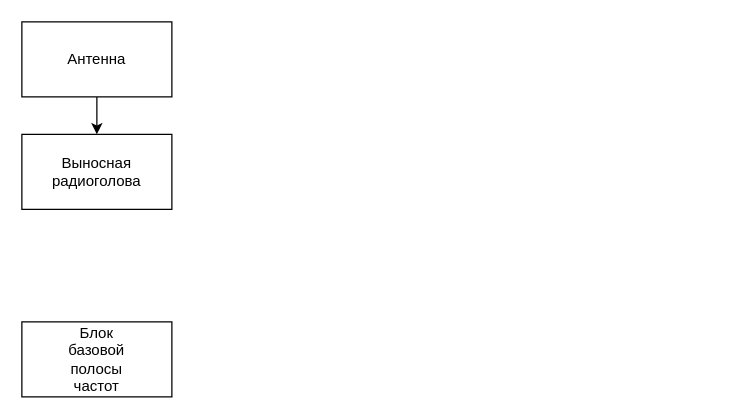
Before: Диаграмма без названия.drawio in vikastatsenko/drawio, a draw.io diagram. Source tidied: cells renumbered, new cells numbered last; positions are measured from the earlier drawing's top-left corner, leaving out a move shared by most shapes. Both pictures are drawn from the tidied source at 125%, with x=0, y=0 at pixel (21, 21).
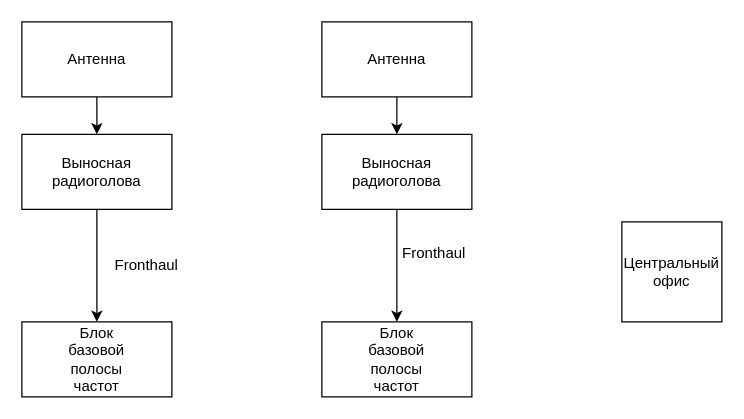
After the change.

Unchanged cells that the change refers to:
```xml
<mxCell id="5" style="rounded=0;whiteSpace=wrap;html=1;" parent="1" vertex="1">
  <mxGeometry y="90" width="120" height="60" as="geometry" />
</mxCell>
<mxCell id="7" style="rounded=0;whiteSpace=wrap;html=1;" parent="1" vertex="1">
  <mxGeometry y="240" width="120" height="60" as="geometry" />
</mxCell>
```

What changed in the source:
```diff
@@
+    <mxCell id="9" style="edgeStyle=orthogonalEdgeStyle;rounded=0;jettySize=auto;html=1;exitX=0.5;exitY=1;exitDx=0;exitDy=0;entryX=0.5;entryY=0;entryDx=0;entryDy=0;" parent="1" edge="1" source="5" target="7">
+      <mxGeometry relative="1" as="geometry" />
+    </mxCell>
@@
+    <mxCell id="10" style="edgeStyle=orthogonalEdgeStyle;rounded=0;jettySize=auto;html=1;exitX=0.5;exitY=1;exitDx=0;exitDy=0;entryX=0.5;entryY=0;entryDx=0;entryDy=0;" parent="1" edge="1" source="11" target="14">
+      <mxGeometry relative="1" as="geometry" />
+    </mxCell>
+    <mxCell id="11" style="rounded=0;whiteSpace=wrap;html=1;" parent="1" vertex="1">
+      <mxGeometry x="240" width="120" height="60" as="geometry" />
+    </mxCell>
+    <mxCell id="12" value="Антенна" style="text;html=1;align=center;verticalAlign=middle;whiteSpace=wrap;rounded=0;" parent="1" vertex="1">
+      <mxGeometry x="270" y="15" width="60" height="30" as="geometry" />
+    </mxCell>
+    <mxCell id="13" style="edgeStyle=orthogonalEdgeStyle;rounded=0;jettySize=auto;html=1;exitX=0.5;exitY=1;exitDx=0;exitDy=0;entryX=0.5;entryY=0;entryDx=0;entryDy=0;" parent="1" edge="1" source="14" target="16">
+      <mxGeometry relative="1" as="geometry" />
+    </mxCell>
+    <mxCell id="14" style="rounded=0;whiteSpace=wrap;html=1;" parent="1" vertex="1">
+      <mxGeometry x="240" y="90" width="120" height="60" as="geometry" />
+    </mxCell>
+    <mxCell id="15" value="Выносная радиоголова" style="text;html=1;align=center;verticalAlign=middle;whiteSpace=wrap;rounded=0;" parent="1" vertex="1">
+      <mxGeometry x="270" y="105" width="60" height="30" as="geometry" />
+    </mxCell>
+    <mxCell id="16" style="rounded=0;whiteSpace=wrap;html=1;" parent="1" vertex="1">
+      <mxGeometry x="240" y="240" width="120" height="60" as="geometry" />
+    </mxCell>
+    <mxCell id="17" value="Блок базовой полосы частот" style="text;html=1;align=center;verticalAlign=middle;whiteSpace=wrap;rounded=0;" parent="1" vertex="1">
+      <mxGeometry x="270" y="255" width="60" height="30" as="geometry" />
+    </mxCell>
+    <mxCell id="18" value="Fronthaul" style="text;html=1;align=center;verticalAlign=middle;whiteSpace=wrap;rounded=0;" parent="1" vertex="1">
+      <mxGeometry x="70" y="180" width="60" height="30" as="geometry" />
+    </mxCell>
+    <mxCell id="19" value="Fronthaul" style="text;html=1;align=center;verticalAlign=middle;whiteSpace=wrap;rounded=0;" parent="1" vertex="1">
+      <mxGeometry x="300" y="170" width="60" height="30" as="geometry" />
+    </mxCell>
+    <mxCell id="20" style="whiteSpace=wrap;html=1;" parent="1" vertex="1">
+      <mxGeometry x="480" y="160" width="80" height="80" as="geometry" />
+    </mxCell>
+    <mxCell id="21" value="Центральный офис" style="text;html=1;align=center;verticalAlign=middle;whiteSpace=wrap;rounded=0;" parent="1" vertex="1">
+      <mxGeometry x="490" y="185" width="60" height="30" as="geometry" />
+    </mxCell>
```
